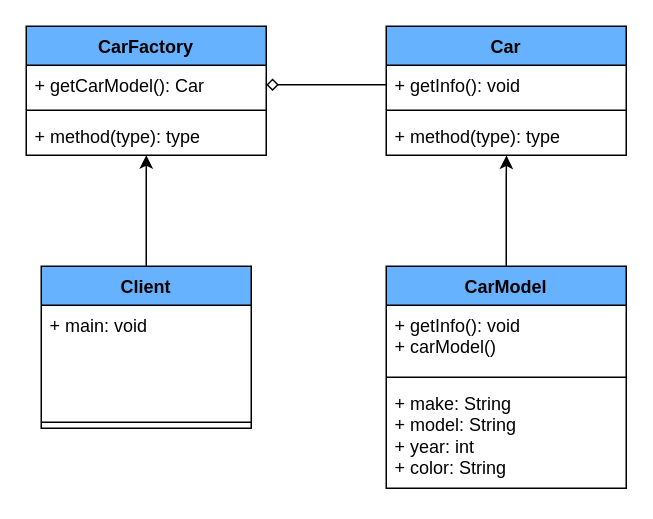
This is Flyweight/Flyweight.drawio from shaharsh624/Design-Patterns-Lab, a draw.io file, before an edit. Source tidied: cells renumbered, new cells numbered last; positions are measured from the earlier drawing's top-left corner, leaving out a move shared by most shapes. Both pictures are drawn from the tidied source at 150%, with x=0, y=0 at pixel (26, 26).
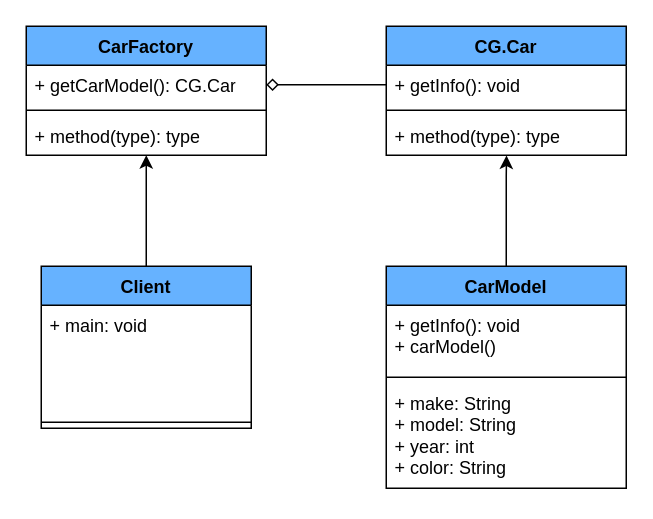
After the change.

The change refers to these unchanged cells:
```xml
<mxCell id="2" value="CarFactory" style="swimlane;fontStyle=1;align=center;verticalAlign=top;horizontal=1;startSize=26;whiteSpace=wrap;html=1;fillColor=#66B2FF;" parent="1" vertex="1">
  <mxGeometry width="160" height="86" as="geometry" />
</mxCell>
```

The edit, as a diff of the source:
```diff
@@
-    <mxCell id="3" value="+ getCarModel(): Car" style="text;strokeColor=none;fillColor=none;align=left;verticalAlign=top;spacingLeft=4;spacingRight=4;overflow=hidden;points=[[0,0.5],[1,0.5]];portConstraint=eastwest;whiteSpace=wrap;html=1;" parent="2" vertex="1">
+    <mxCell id="3" value="+ getCarModel(): CG.Car" style="text;strokeColor=none;fillColor=none;align=left;verticalAlign=top;spacingLeft=4;spacingRight=4;overflow=hidden;points=[[0,0.5],[1,0.5]];portConstraint=eastwest;whiteSpace=wrap;html=1;" parent="2" vertex="1">
       <mxGeometry y="26" width="160" height="26" as="geometry" />
     </mxCell>
@@
-    <mxCell id="6" value="Car" style="swimlane;fontStyle=1;align=center;verticalAlign=top;horizontal=1;startSize=26;whiteSpace=wrap;html=1;fillColor=#66B2FF;" parent="1" vertex="1">
+    <mxCell id="6" value="CG.Car" style="swimlane;fontStyle=1;align=center;verticalAlign=top;horizontal=1;startSize=26;whiteSpace=wrap;html=1;fillColor=#66B2FF;" parent="1" vertex="1">
       <mxGeometry x="240" width="160" height="86" as="geometry" />
     </mxCell>
```
